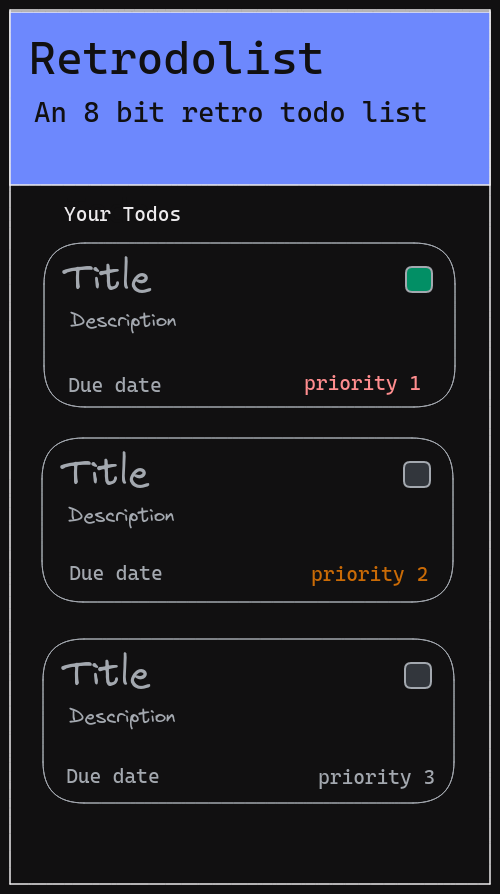
This is design/Retrodolist-mobile-dark.excalidraw.png from dotarjun/Todolist-JS, a Excalidraw export, as it was before one commit. Source tidied: one line per element, renumbered; positions are measured from the earlier drawing's top-left corner, leaving out a move shared by most shapes.
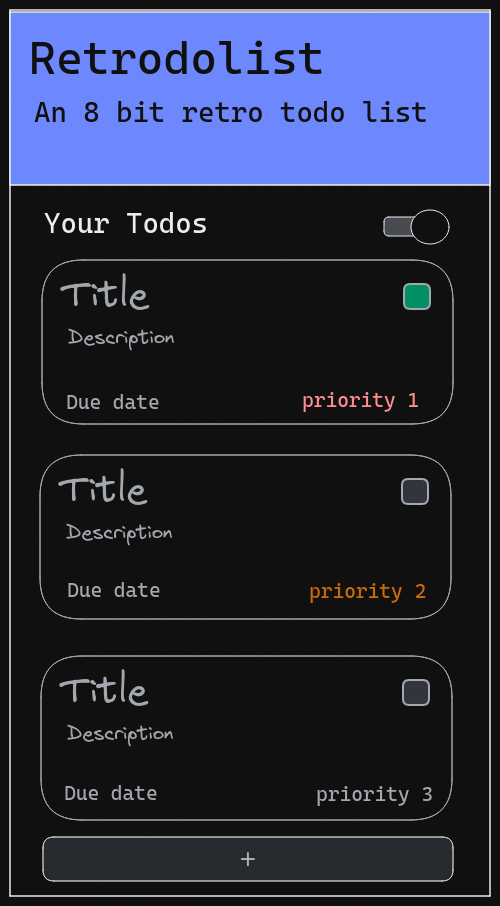
After the commit.

What changed in the source:
```diff
@@ -1,5 +1,5 @@
-{"id": 0, "type": "rectangle", "strokeColor": "#000000", "strokeWidth": 1, "roughness": 0, "x": 0, "y": 0, "width": 480, "height": 874}
+{"id": 0, "type": "rectangle", "strokeColor": "#000000", "strokeWidth": 1, "roughness": 0, "x": 2, "y": -17, "width": 480, "height": 886}
-{"id": 1, "type": "rectangle", "strokeColor": "#000000", "backgroundColor": "#4c6ef5", "fillStyle": "solid", "strokeWidth": 1, "roughness": 0, "x": 0, "y": 2, "width": 480, "height": 173}
+{"id": 1, "type": "rectangle", "strokeColor": "#000000", "backgroundColor": "#4c6ef5", "fillStyle": "solid", "strokeWidth": 1, "roughness": 0, "x": 2, "y": -15, "width": 480, "height": 173}
 {"id": 2, "type": "text", "text": "Title", "strokeColor": "#495057", "strokeWidth": 4, "roughness": 0, "fontSize": 36, "fontFamily": 1, "x": 54, "y": 246, "width": 88, "height": 46}
 {"id": 3, "type": "text", "text": "Description", "strokeColor": "#495057", "strokeWidth": 4, "roughness": 0, "fontSize": 20, "fontFamily": 1, "x": 60, "y": 298, "width": 108, "height": 26}
 {"id": 4, "type": "rectangle", "strokeColor": "#495057", "strokeWidth": 1, "roughness": 0, "x": 34, "y": 233, "width": 411, "height": 164}
@@ -18,7 +18,11 @@
 {"id": 17, "type": "rectangle", "strokeColor": "#495057", "backgroundColor": "#ced4da", "fillStyle": "solid", "strokeWidth": 2, "roughness": 0, "x": 395, "y": 653, "width": 26, "height": 25}
 {"id": 18, "type": "text", "text": "Due date", "strokeColor": "#495057", "strokeWidth": 4, "roughness": 0, "fontSize": 20, "fontFamily": 3, "x": 56, "y": 751, "width": 86, "height": 28}
 {"id": 19, "type": "text", "text": "priority 3", "strokeColor": "#495057", "backgroundColor": "#12b886", "fillStyle": "solid", "strokeWidth": 2, "roughness": 0, "fontSize": 20, "fontFamily": 3, "x": 308, "y": 754, "width": 119, "height": 25}
-{"id": 20, "type": "text", "text": "Retrodolist", "strokeColor": "#ffffff", "backgroundColor": "#ced4da", "fillStyle": "solid", "strokeWidth": 2, "roughness": 0, "fontSize": 45.88, "fontFamily": 3, "x": 19, "y": 18, "width": 298, "height": 56}
+{"id": 20, "type": "text", "text": "Retrodolist", "strokeColor": "#ffffff", "backgroundColor": "#ced4da", "fillStyle": "solid", "strokeWidth": 2, "roughness": 0, "fontSize": 45.88, "fontFamily": 3, "x": 21, "y": 2, "width": 298, "height": 56}
-{"id": 21, "type": "text", "text": "An 8 bit retro todo list", "strokeColor": "#ffffff", "backgroundColor": "#ced4da", "fillStyle": "solid", "strokeWidth": 2, "roughness": 0, "fontSize": 28, "fontFamily": 3, "x": 24, "y": 84, "width": 396, "height": 35}
+{"id": 21, "type": "text", "text": "An 8 bit retro todo list", "strokeColor": "#ffffff", "backgroundColor": "#ced4da", "fillStyle": "solid", "strokeWidth": 2, "roughness": 0, "fontSize": 28, "fontFamily": 3, "x": 26, "y": 67, "width": 396, "height": 35}
-{"id": 22, "type": "text", "text": "Todo", "strokeColor": "#ffffff", "backgroundColor": "#ced4da", "fillStyle": "solid", "strokeWidth": 2, "roughness": 0, "fontSize": 36, "fontFamily": 3, "x": 56, "y": 178, "width": 86, "height": 44}
+{"id": 22, "type": "text", "text": "Todo", "strokeColor": "#ffffff", "backgroundColor": "#ced4da", "fillStyle": "solid", "strokeWidth": 2, "roughness": 0, "fontSize": 36, "fontFamily": 3, "x": 58, "y": 160, "width": 86, "height": 44}
-{"id": 23, "type": "text", "text": "Your Todos", "strokeColor": "#000000", "backgroundColor": "#ced4da", "fillStyle": "solid", "strokeWidth": 2, "roughness": 0, "fontSize": 20, "fontFamily": 3, "x": 54, "y": 191, "width": 119, "height": 25}
+{"id": 23, "type": "text", "text": "Your Todos", "strokeColor": "#000000", "backgroundColor": "#ced4da", "fillStyle": "solid", "strokeWidth": 2, "roughness": 0, "fontSize": 28, "fontFamily": 3, "x": 36, "y": 178, "width": 166, "height": 35}
+{"id": 24, "type": "rectangle", "strokeColor": "#000000", "backgroundColor": "#ced4da", "fillStyle": "solid", "strokeWidth": 1, "roughness": 0, "opacity": 70, "x": 35, "y": 810, "width": 410, "height": 44}
+{"id": 25, "type": "text", "text": "+", "strokeColor": "#000000", "backgroundColor": "#ced4da", "fillStyle": "solid", "strokeWidth": 2, "roughness": 0, "opacity": 70, "fontSize": 28, "fontFamily": 2, "textAlign": "center", "verticalAlign": "middle", "inside": 24, "x": 231, "y": 815, "width": 18, "height": 34}
+{"id": 26, "type": "rectangle", "strokeColor": "#000000", "backgroundColor": "#868e96", "fillStyle": "solid", "strokeWidth": 1, "roughness": 0, "opacity": 60, "x": 376, "y": 190, "width": 61, "height": 19}
+{"id": 27, "type": "ellipse", "strokeColor": "#000000", "backgroundColor": "#ffffff", "fillStyle": "solid", "strokeWidth": 1, "roughness": 0, "x": 403, "y": 183, "width": 38, "height": 34}
```
